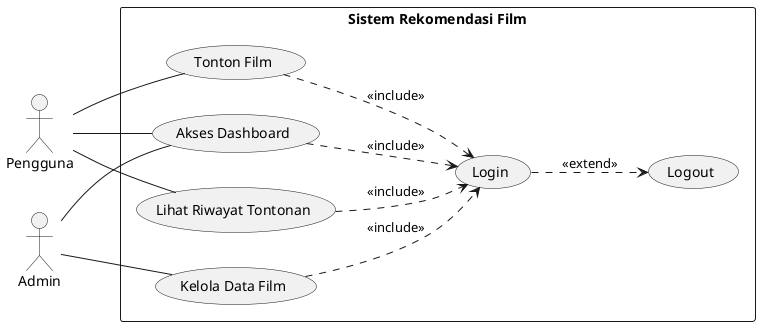
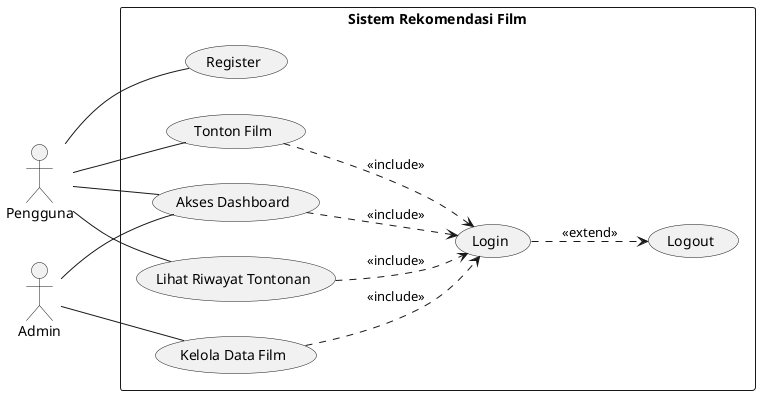
@startuml
left to right direction

actor "Pengguna" as pengguna
actor "Admin" as admin

rectangle "Sistem Rekomendasi Film" {
  usecase "Akses Dashboard" as dashboard
  usecase "Tonton Film" as tonton
  usecase "Lihat Riwayat Tontonan" as riwayat
  usecase "Kelola Data Film" as kelolafilm
+   usecase "Register" as register
  usecase "Login" as login
  usecase "Logout" as logout
}

+ pengguna -- register
pengguna -- dashboard
pengguna -- tonton
pengguna -- riwayat

admin -- dashboard
admin -- kelolafilm

dashboard ..> login : <<include>>
tonton ..> login : <<include>>
riwayat ..> login : <<include>>
kelolafilm ..> login : <<include>>

login ..> logout : <<extend>>
@enduml
